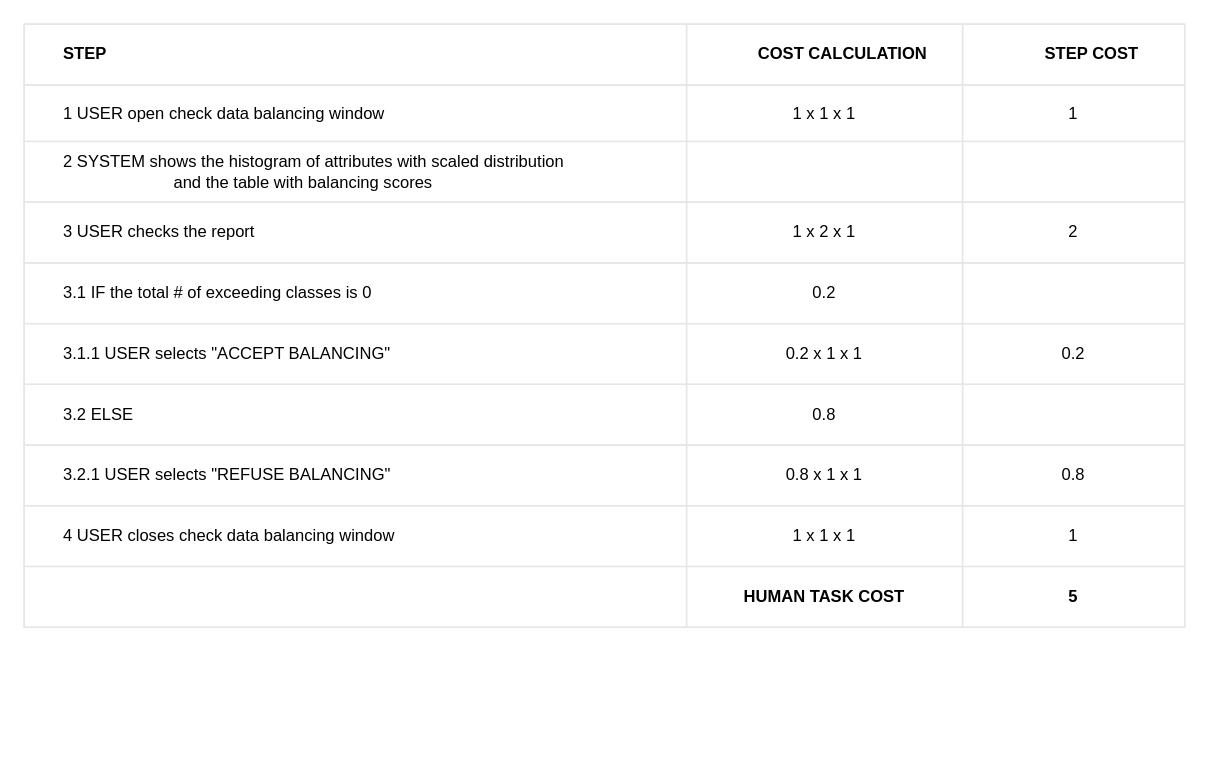
Earlier version of the draw.io diagram check data balancing (Fede)/check_data_balancing_table.drawio (BaffoBello14/AutomaticDamagesRecognition). Source tidied: cells renumbered, new cells numbered last; positions are measured from the earlier drawing's top-left corner, leaving out a move shared by most shapes. Both pictures are drawn from the tidied source at 138%, with x=0, y=0 at pixel (23, 23).
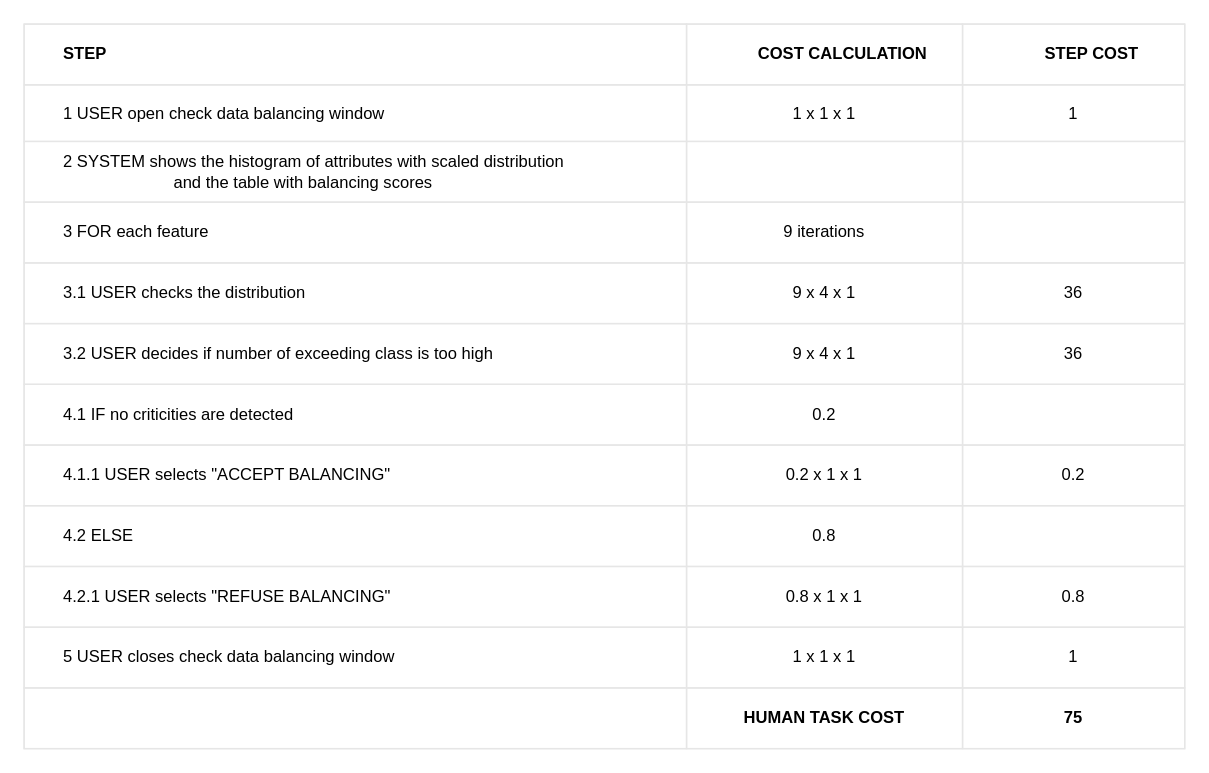
The same diagram, later.

The edit, as a diff of the source:
```diff
@@
     <mxCell id="2" style="childLayout=tableLayout;shadow=0;strokeColor=#E6E6E6;align=center;" parent="1" vertex="1">
-      <mxGeometry width="841" height="437" as="geometry" />
+      <mxGeometry width="841" height="525" as="geometry" />
     </mxCell>
@@
+    <mxCell id="43" style="shape=tableRow;horizontal=0;startSize=0;swimlaneHead=0;swimlaneBody=0;top=0;left=0;bottom=0;right=0;fontStyle=0;fillColor=none;strokeColor=inherit;align=center;" parent="2" vertex="1">
+      <mxGeometry y="129" width="841" height="44" as="geometry" />
+    </mxCell>
+    <mxCell id="44" value="&lt;span style=&quot;white-space: pre;&quot;&gt;&#9;&lt;/span&gt;3 FOR each feature" style="strokeColor=inherit;fillColor=none;align=left;whiteSpace=wrap;html=1;labelPosition=center;verticalLabelPosition=middle;verticalAlign=middle;" parent="43" vertex="1">
+      <mxGeometry width="480" height="44" as="geometry" />
+    </mxCell>
+    <mxCell id="45" value="9 iterations" style="strokeColor=inherit;fillColor=none;align=center;whiteSpace=wrap;html=1;" parent="43" vertex="1">
+      <mxGeometry x="480" width="200" height="44" as="geometry" />
+    </mxCell>
+    <mxCell id="46" style="strokeColor=inherit;fillColor=none;align=center;whiteSpace=wrap;html=1;" parent="43" vertex="1">
+      <mxGeometry x="680" width="161" height="44" as="geometry" />
+    </mxCell>
     <mxCell id="15" style="shape=tableRow;horizontal=0;startSize=0;swimlaneHead=0;swimlaneBody=0;top=0;left=0;bottom=0;right=0;fontStyle=0;fillColor=none;strokeColor=inherit;align=center;" parent="2" vertex="1">
-      <mxGeometry y="129" width="841" height="44" as="geometry" />
+      <mxGeometry y="173" width="841" height="44" as="geometry" />
     </mxCell>
-    <mxCell id="16" value="&lt;span style=&quot;white-space: pre;&quot;&gt;&#9;&lt;/span&gt;3&amp;nbsp;USER checks the report" style="strokeColor=inherit;fillColor=none;align=left;whiteSpace=wrap;html=1;labelPosition=center;verticalLabelPosition=middle;verticalAlign=middle;" parent="15" vertex="1">
+    <mxCell id="16" value="&lt;span style=&quot;white-space: pre;&quot;&gt;&#9;&lt;/span&gt;3.1 USER checks the distribution&amp;nbsp;" style="strokeColor=inherit;fillColor=none;align=left;whiteSpace=wrap;html=1;labelPosition=center;verticalLabelPosition=middle;verticalAlign=middle;" parent="15" vertex="1">
       <mxGeometry width="480" height="44" as="geometry" />
     </mxCell>
-    <mxCell id="17" value="1 x 2 x 1" style="strokeColor=inherit;fillColor=none;align=center;whiteSpace=wrap;html=1;" parent="15" vertex="1">
+    <mxCell id="17" value="9 x 4 x 1" style="strokeColor=inherit;fillColor=none;align=center;whiteSpace=wrap;html=1;" parent="15" vertex="1">
       <mxGeometry x="480" width="200" height="44" as="geometry" />
     </mxCell>
-    <mxCell id="18" value="2" style="strokeColor=inherit;fillColor=none;align=center;whiteSpace=wrap;html=1;" parent="15" vertex="1">
+    <mxCell id="18" value="36" style="strokeColor=inherit;fillColor=none;align=center;whiteSpace=wrap;html=1;" parent="15" vertex="1">
       <mxGeometry x="680" width="161" height="44" as="geometry" />
     </mxCell>
+    <mxCell id="47" style="shape=tableRow;horizontal=0;startSize=0;swimlaneHead=0;swimlaneBody=0;top=0;left=0;bottom=0;right=0;fontStyle=0;fillColor=none;strokeColor=inherit;align=center;" parent="2" vertex="1">
+      <mxGeometry y="217" width="841" height="44" as="geometry" />
+    </mxCell>
+    <mxCell id="48" value="&lt;span style=&quot;white-space: pre;&quot;&gt;&#9;&lt;/span&gt;3.2 USER decides if number of exceeding class is too high" style="strokeColor=inherit;fillColor=none;align=left;whiteSpace=wrap;html=1;labelPosition=center;verticalLabelPosition=middle;verticalAlign=middle;" parent="47" vertex="1">
+      <mxGeometry width="480" height="44" as="geometry" />
+    </mxCell>
+    <mxCell id="49" value="9 x 4 x 1" style="strokeColor=inherit;fillColor=none;align=center;whiteSpace=wrap;html=1;" parent="47" vertex="1">
+      <mxGeometry x="480" width="200" height="44" as="geometry" />
+    </mxCell>
+    <mxCell id="50" value="36" style="strokeColor=inherit;fillColor=none;align=center;whiteSpace=wrap;html=1;" parent="47" vertex="1">
+      <mxGeometry x="680" width="161" height="44" as="geometry" />
+    </mxCell>
     <mxCell id="19" style="shape=tableRow;horizontal=0;startSize=0;swimlaneHead=0;swimlaneBody=0;top=0;left=0;bottom=0;right=0;fontStyle=0;fillColor=none;strokeColor=inherit;align=center;" parent="2" vertex="1">
-      <mxGeometry y="173" width="841" height="44" as="geometry" />
+      <mxGeometry y="261" width="841" height="44" as="geometry" />
     </mxCell>
-    <mxCell id="20" value="&lt;span style=&quot;white-space: pre;&quot;&gt;&#9;&lt;/span&gt;3.1&amp;nbsp;IF the total # of exceeding classes is 0" style="strokeColor=inherit;fillColor=none;align=left;whiteSpace=wrap;html=1;labelPosition=center;verticalLabelPosition=middle;verticalAlign=middle;" parent="19" vertex="1">
+    <mxCell id="20" value="&lt;span style=&quot;white-space: pre;&quot;&gt;&#9;&lt;/span&gt;4.1 IF no criticities are detected" style="strokeColor=inherit;fillColor=none;align=left;whiteSpace=wrap;html=1;labelPosition=center;verticalLabelPosition=middle;verticalAlign=middle;" parent="19" vertex="1">
       <mxGeometry width="480" height="44" as="geometry" />
     </mxCell>
@@
     <mxCell id="23" style="shape=tableRow;horizontal=0;startSize=0;swimlaneHead=0;swimlaneBody=0;top=0;left=0;bottom=0;right=0;fontStyle=0;fillColor=none;strokeColor=inherit;align=center;" parent="2" vertex="1">
-      <mxGeometry y="217" width="841" height="44" as="geometry" />
+      <mxGeometry y="305" width="841" height="44" as="geometry" />
     </mxCell>
-    <mxCell id="24" value="&lt;span style=&quot;white-space: pre;&quot;&gt;&#9;&lt;/span&gt;3.1.1 USER selects &quot;ACCEPT BALANCING&quot;" style="strokeColor=inherit;fillColor=none;align=left;whiteSpace=wrap;html=1;labelPosition=center;verticalLabelPosition=middle;verticalAlign=middle;" parent="23" vertex="1">
+    <mxCell id="24" value="&lt;span style=&quot;white-space: pre;&quot;&gt;&#9;&lt;/span&gt;4.1.1 USER selects &quot;ACCEPT BALANCING&quot;" style="strokeColor=inherit;fillColor=none;align=left;whiteSpace=wrap;html=1;labelPosition=center;verticalLabelPosition=middle;verticalAlign=middle;" parent="23" vertex="1">
       <mxGeometry width="480" height="44" as="geometry" />
     </mxCell>
@@
     <mxCell id="27" style="shape=tableRow;horizontal=0;startSize=0;swimlaneHead=0;swimlaneBody=0;top=0;left=0;bottom=0;right=0;fontStyle=0;fillColor=none;strokeColor=inherit;align=center;" parent="2" vertex="1">
-      <mxGeometry y="261" width="841" height="44" as="geometry" />
+      <mxGeometry y="349" width="841" height="44" as="geometry" />
     </mxCell>
-    <mxCell id="28" value="&lt;span style=&quot;white-space: pre;&quot;&gt;&#9;&lt;/span&gt;3.2 ELSE" style="strokeColor=inherit;fillColor=none;align=left;whiteSpace=wrap;html=1;labelPosition=center;verticalLabelPosition=middle;verticalAlign=middle;" parent="27" vertex="1">
+    <mxCell id="28" value="&lt;span style=&quot;white-space: pre;&quot;&gt;&#9;&lt;/span&gt;4.2 ELSE" style="strokeColor=inherit;fillColor=none;align=left;whiteSpace=wrap;html=1;labelPosition=center;verticalLabelPosition=middle;verticalAlign=middle;" parent="27" vertex="1">
       <mxGeometry width="480" height="44" as="geometry" />
     </mxCell>
@@
     <mxCell id="31" style="shape=tableRow;horizontal=0;startSize=0;swimlaneHead=0;swimlaneBody=0;top=0;left=0;bottom=0;right=0;fontStyle=0;fillColor=none;strokeColor=inherit;align=center;" parent="2" vertex="1">
-      <mxGeometry y="305" width="841" height="44" as="geometry" />
+      <mxGeometry y="393" width="841" height="44" as="geometry" />
     </mxCell>
-    <mxCell id="32" value="&#9;&lt;span style=&quot;white-space: pre;&quot;&gt;&#9;&lt;/span&gt;3.2.1 USER selects &quot;REFUSE BALANCING&quot;" style="strokeColor=inherit;fillColor=none;align=left;whiteSpace=wrap;html=1;labelPosition=center;verticalLabelPosition=middle;verticalAlign=middle;" parent="31" vertex="1">
+    <mxCell id="32" value="&#9;&lt;span style=&quot;white-space: pre;&quot;&gt;&#9;&lt;/span&gt;4.2.1 USER selects &quot;REFUSE BALANCING&quot;" style="strokeColor=inherit;fillColor=none;align=left;whiteSpace=wrap;html=1;labelPosition=center;verticalLabelPosition=middle;verticalAlign=middle;" parent="31" vertex="1">
       <mxGeometry width="480" height="44" as="geometry" />
     </mxCell>
@@
     <mxCell id="35" style="shape=tableRow;horizontal=0;startSize=0;swimlaneHead=0;swimlaneBody=0;top=0;left=0;bottom=0;right=0;fontStyle=0;fillColor=none;strokeColor=inherit;align=center;" parent="2" vertex="1">
-      <mxGeometry y="349" width="841" height="44" as="geometry" />
+      <mxGeometry y="437" width="841" height="44" as="geometry" />
     </mxCell>
-    <mxCell id="36" value="&lt;span style=&quot;white-space: pre;&quot;&gt;&#9;&lt;/span&gt;4&amp;nbsp;USER closes check data balancing&amp;nbsp;window&amp;nbsp;" style="strokeColor=inherit;fillColor=none;align=left;whiteSpace=wrap;html=1;labelPosition=center;verticalLabelPosition=middle;verticalAlign=middle;" parent="35" vertex="1">
+    <mxCell id="36" value="&lt;span style=&quot;white-space: pre;&quot;&gt;&#9;&lt;/span&gt;5&amp;nbsp;USER closes check data balancing&amp;nbsp;window&amp;nbsp;" style="strokeColor=inherit;fillColor=none;align=left;whiteSpace=wrap;html=1;labelPosition=center;verticalLabelPosition=middle;verticalAlign=middle;" parent="35" vertex="1">
       <mxGeometry width="480" height="44" as="geometry" />
     </mxCell>
@@
     <mxCell id="39" style="shape=tableRow;horizontal=0;startSize=0;swimlaneHead=0;swimlaneBody=0;top=0;left=0;bottom=0;right=0;fontStyle=0;fillColor=none;strokeColor=inherit;align=center;" parent="2" vertex="1">
-      <mxGeometry y="393" width="841" height="44" as="geometry" />
+      <mxGeometry y="481" width="841" height="44" as="geometry" />
     </mxCell>
@@
-    <mxCell id="42" value="5" style="strokeColor=inherit;fillColor=none;align=center;whiteSpace=wrap;html=1;fontStyle=1;" parent="39" vertex="1">
+    <mxCell id="42" value="75" style="strokeColor=inherit;fillColor=none;align=center;whiteSpace=wrap;html=1;fontStyle=1;" parent="39" vertex="1">
       <mxGeometry x="680" width="161" height="44" as="geometry" />
     </mxCell>
```
